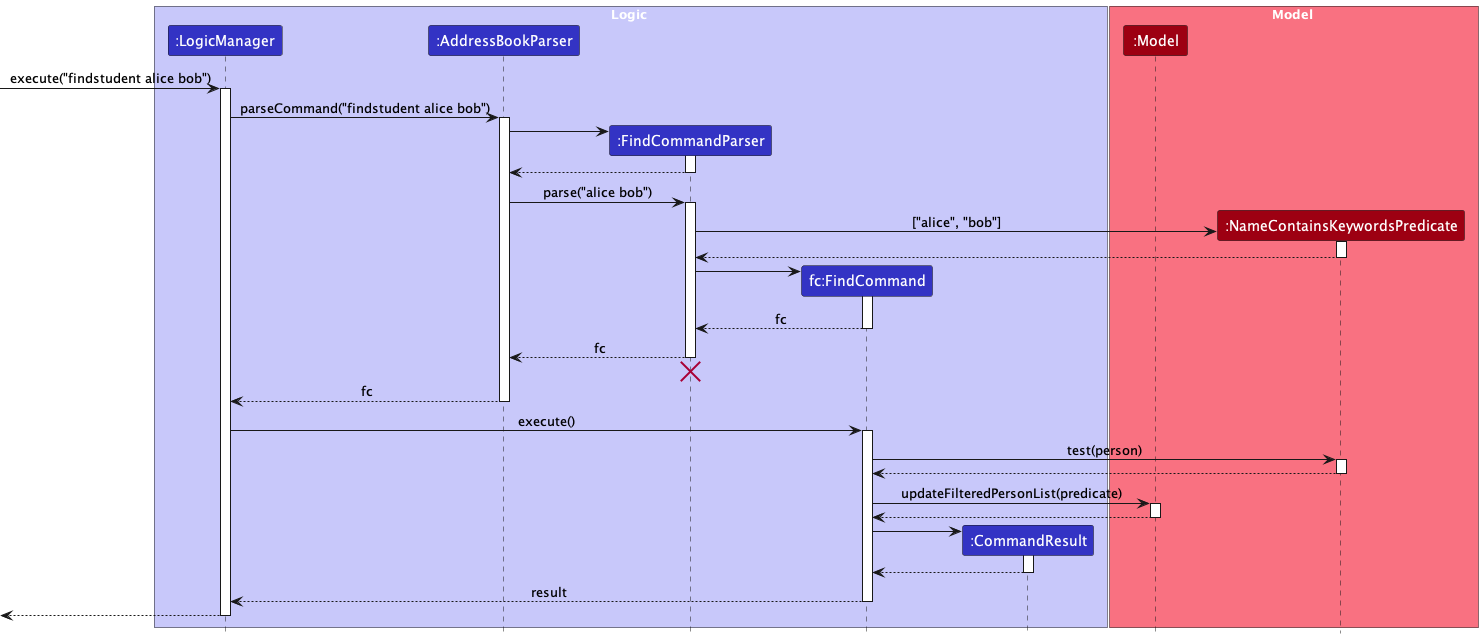
tanteckfang/tp keeps this PlantUML diagram as docs/images/FindStudentSequenceDiagram.png. Above is the earlier version.
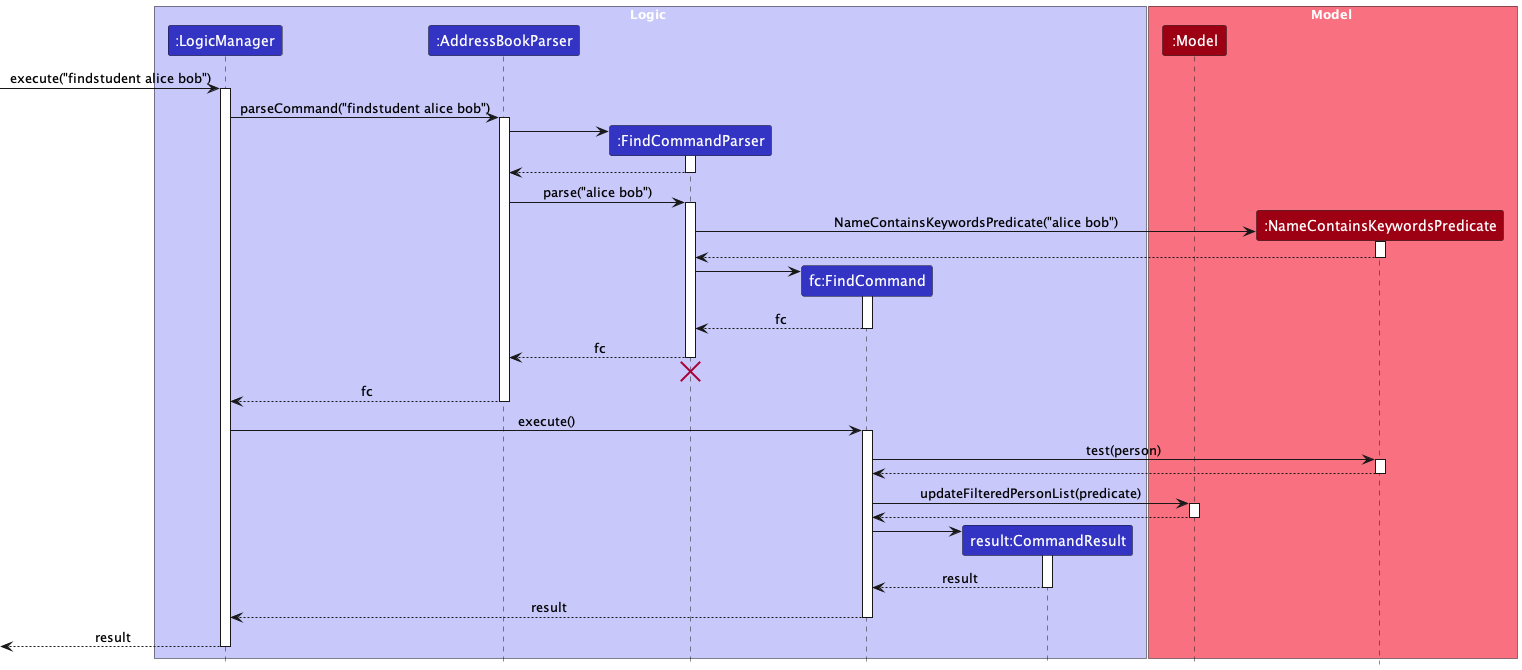
After the change.

Diff of the diagram source:
```diff
@@ -7,7 +7,7 @@
 participant ":AddressBookParser" as AddressBookParser LOGIC_COLOR
 participant ":FindCommandParser" as FindCommandParser LOGIC_COLOR
 participant "fc:FindCommand" as FindCommand LOGIC_COLOR
-participant ":CommandResult" as CommandResult LOGIC_COLOR
+participant "result:CommandResult" as CommandResult LOGIC_COLOR
 end box
 
 box Model MODEL_COLOR_T1
@@ -32,7 +32,7 @@
 activate FindCommandParser
 
 create NamePredicate
-FindCommandParser -> NamePredicate : ["alice", "bob"]
+FindCommandParser -> NamePredicate : NameContainsKeywordsPredicate("alice bob")
 activate NamePredicate
 
 NamePredicate --> FindCommandParser
@@ -72,12 +72,12 @@
 FindCommand -> CommandResult
 activate CommandResult
 
-CommandResult --> FindCommand
+CommandResult --> FindCommand : result
 deactivate CommandResult
 
 FindCommand --> LogicManager : result
 deactivate FindCommand
 
-[<--LogicManager
+[<--LogicManager : result
 deactivate LogicManager
 @enduml
```
